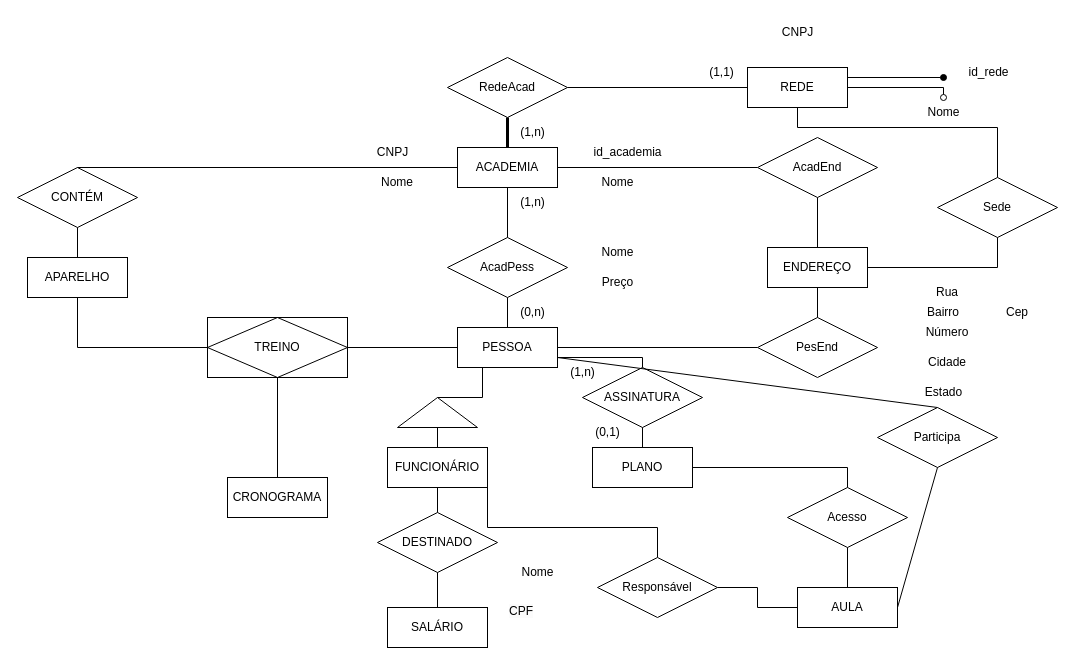
Earlier version of the draw.io diagram bdSchemasGymSchedule.drawio (NEVES070305/gymSchedule). Source tidied: cells renumbered, new cells numbered last; positions are measured from the earlier drawing's top-left corner, leaving out a move shared by most shapes. Both pictures are drawn from the tidied source at 100%, with x=0, y=0 at pixel (17, 17).
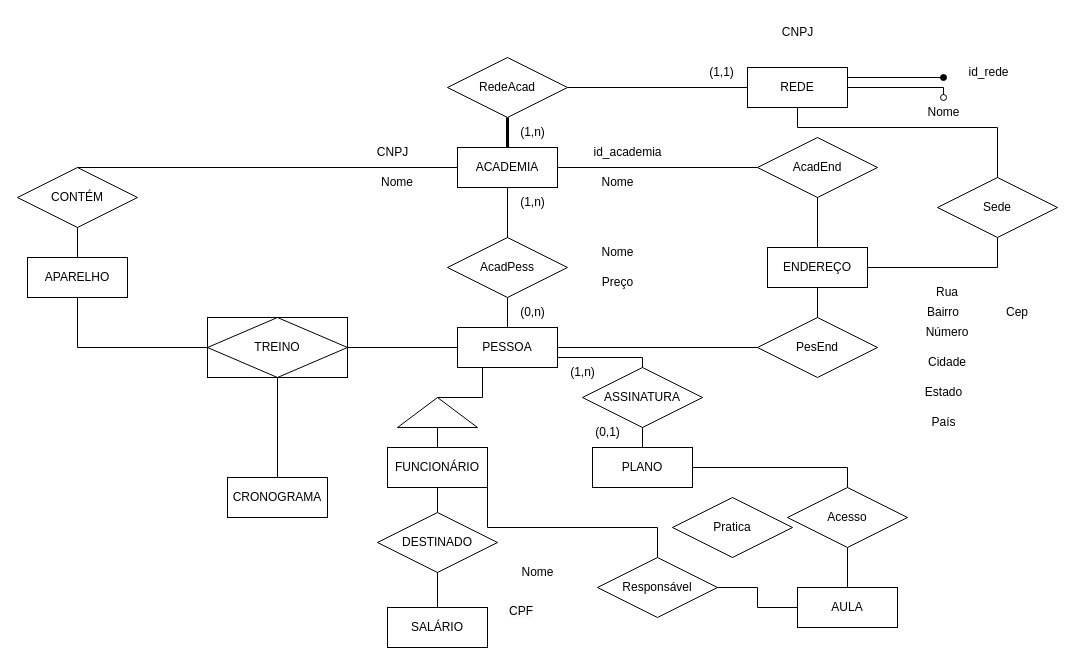
After the change.

Commit message:
Update bdSchemasGymSchedule.drawio with class and persons

Unchanged cells that the change refers to:
```xml
<mxCell id="29" value="PESSOA" style="whiteSpace=wrap;html=1;align=center;" parent="1" vertex="1">
  <mxGeometry x="440" y="310" width="100" height="40" as="geometry" />
</mxCell>
<mxCell id="62" value="AULA" style="whiteSpace=wrap;html=1;align=center;" parent="1" vertex="1">
  <mxGeometry x="780" y="570" width="100" height="40" as="geometry" />
</mxCell>
```

Diff of the diagram source:
```diff
@@
-    <mxCell id="76" value="Participa" style="shape=rhombus;perimeter=rhombusPerimeter;whiteSpace=wrap;html=1;align=center;" parent="1" vertex="1">
-      <mxGeometry x="860" y="390" width="120" height="60" as="geometry" />
-    </mxCell>
-    <mxCell id="77" style="endArrow=none;html=1;rounded=0;exitX=1;exitY=0.75;exitDx=0;exitDy=0;entryX=0.5;entryY=0;entryDx=0;entryDy=0;" parent="1" edge="1" source="29" target="76">
-      <mxGeometry relative="1" as="geometry" />
-    </mxCell>
-    <mxCell id="78" style="endArrow=none;html=1;rounded=0;exitX=0.5;exitY=1;exitDx=0;exitDy=0;entryX=1;entryY=0.5;entryDx=0;entryDy=0;" parent="1" edge="1" source="76" target="62">
-      <mxGeometry relative="1" as="geometry" />
-    </mxCell>
+    <mxCell id="79" value="Pratica" style="shape=rhombus;perimeter=rhombusPerimeter;whiteSpace=wrap;html=1;align=center;" parent="1" vertex="1">
+      <mxGeometry x="655" y="480" width="120" height="60" as="geometry" />
+    </mxCell>
```
